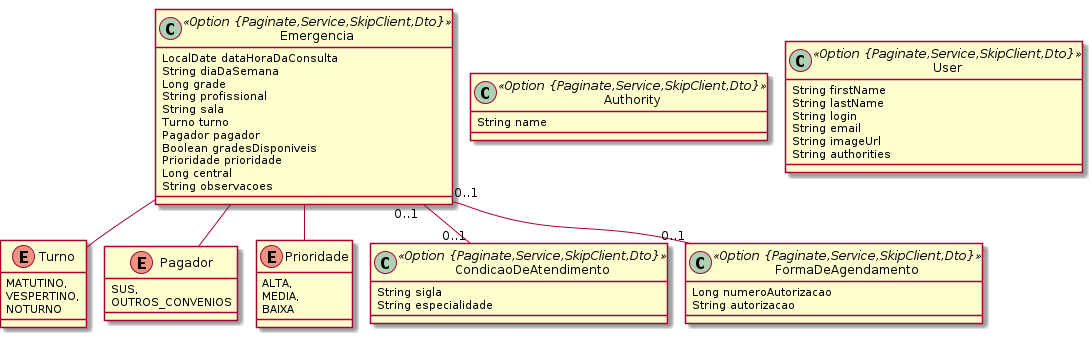
This is consulta/emergencia.png from BasisTI/madre, a PlantUML export, as it was before one commit.
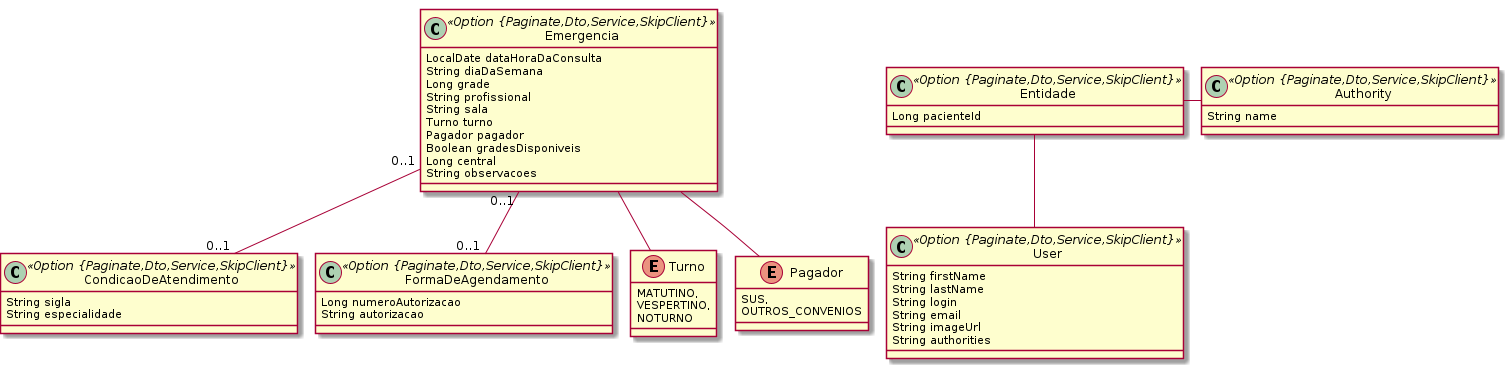
After the commit.

Commit message:
Inclusão de entidade pacienteId

The edit, as a diff of the source:
```diff
@@ -1,7 +1,9 @@
 @startuml
 	!pragma graphviz_dot jdot
 	!pragma syntax class
-	class Emergencia <<Option {Paginate,Service,SkipClient,Dto}>> {
+	Emergencia  "0..1 " -- "0..1 "  CondicaoDeAtendimento
+	Emergencia  "0..1 " -- "0..1 "  FormaDeAgendamento
+	class Emergencia <<Option {Paginate,Dto,Service,SkipClient}>> {
 		LocalDate dataHoraDaConsulta
 		String diaDaSemana
 		Long grade
@@ -10,23 +12,22 @@
 		Turno turno
 		Pagador pagador
 		Boolean gradesDisponiveis
-		Prioridade prioridade
 		Long central
 		String observacoes
 	}
 	Emergencia ..> Turno
 	Emergencia ..> Pagador
-	Emergencia ..> Prioridade
-	class CondicaoDeAtendimento <<Option {Paginate,Service,SkipClient,Dto}>> {
+	class CondicaoDeAtendimento <<Option {Paginate,Dto,Service,SkipClient}>> {
 		String sigla
 		String especialidade
 	}
-	class FormaDeAgendamento <<Option {Paginate,Service,SkipClient,Dto}>> {
+	class FormaDeAgendamento <<Option {Paginate,Dto,Service,SkipClient}>> {
 		Long numeroAutorizacao
 		String autorizacao
 	}
-	Emergencia  "0..1 " -- "0..1 "  CondicaoDeAtendimento
-	Emergencia  "0..1 " -- "0..1 "  FormaDeAgendamento
+	class Entidade <<Option {Paginate,Dto,Service,SkipClient}>> {
+		Long pacienteId
+	}
 	enum Pagador {
 		SUS,
 		OUTROS_CONVENIOS
@@ -36,15 +37,10 @@
 		VESPERTINO,
 		NOTURNO
 	}
-	enum Prioridade {
-		ALTA,
-		MEDIA,
-		BAIXA
-	}
-	class Authority <<Option {Paginate,Service,SkipClient,Dto}>> {
+	class Authority <<Option {Paginate,Dto,Service,SkipClient}>> {
 		String name
 	}
-	class User <<Option {Paginate,Service,SkipClient,Dto}>> {
+	class User <<Option {Paginate,Dto,Service,SkipClient}>> {
 		String firstName
 		String lastName
 		String login
```
